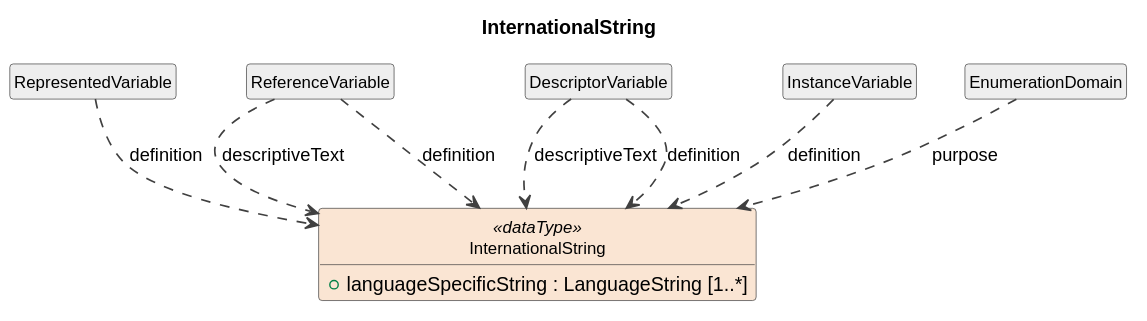
Before: build/plantuml/cdifDataStructure/DataTypes/InternationalString.svg, a diagram exported from PlantUML (Cross-Domain-Interoperability-Framework/metadataBuildingBlocks).
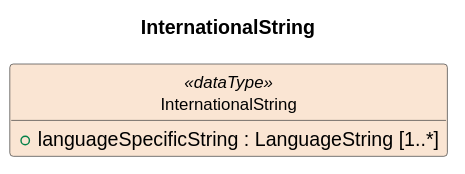
Above is the later version.

What changed in the source:
```diff
@@ -13,16 +13,4 @@
 class "InternationalString" as InternationalString <<dataType>> #FAE5D3 {
   +languageSpecificString : LanguageString [1..*]
 }
-class "RepresentedVariable" as RepresentedVariable #EEEEEE
-RepresentedVariable ..> InternationalString : definition
-class "ReferenceVariable" as ReferenceVariable #EEEEEE
-ReferenceVariable ..> InternationalString : descriptiveText
-ReferenceVariable ..> InternationalString : definition
-class "DescriptorVariable" as DescriptorVariable #EEEEEE
-DescriptorVariable ..> InternationalString : descriptiveText
-DescriptorVariable ..> InternationalString : definition
-class "InstanceVariable" as InstanceVariable #EEEEEE
-InstanceVariable ..> InternationalString : definition
-class "EnumerationDomain" as EnumerationDomain #EEEEEE
-EnumerationDomain ..> InternationalString : purpose
 @enduml
```
